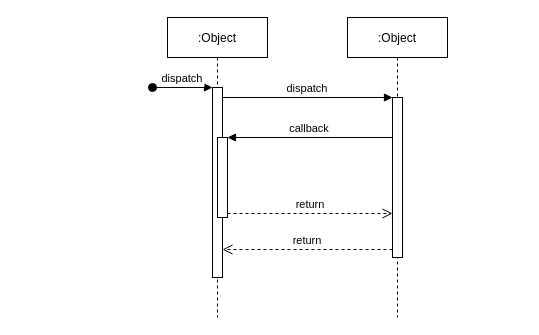
This is 未命名绘图.drawio from SteveWongBUAA/diagrams, a draw.io file, before an edit. Source tidied: cells renumbered, new cells numbered last; positions are measured from the earlier drawing's top-left corner, leaving out a move shared by most shapes. Both pictures are drawn from the tidied source at 100%, with x=0, y=0 at pixel (152, 17).
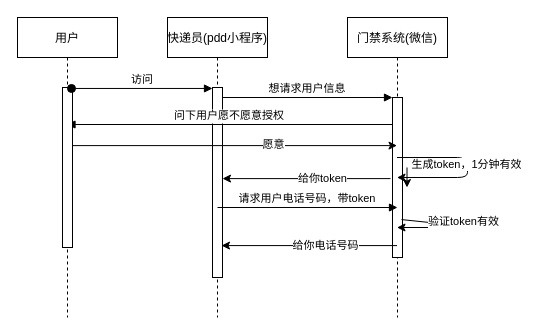
After the change.

The change refers to these unchanged cells:
```xml
<mxCell id="3" style="points=[];perimeter=orthogonalPerimeter;rounded=0;shadow=0;strokeWidth=1;" parent="2" vertex="1">
  <mxGeometry x="45" y="70" width="10" height="190" as="geometry" />
</mxCell>
<mxCell id="7" style="points=[];perimeter=orthogonalPerimeter;rounded=0;shadow=0;strokeWidth=1;" parent="6" vertex="1">
  <mxGeometry x="45" y="80" width="10" height="160" as="geometry" />
</mxCell>
```

The edit, as a diff of the source:
```diff
@@
-    <mxCell id="2" value=":Object" style="shape=umlLifeline;perimeter=lifelinePerimeter;rounded=0;shadow=0;strokeWidth=1;" parent="1" vertex="1">
+    <mxCell id="2" value="快递员(pdd小程序)" style="shape=umlLifeline;perimeter=lifelinePerimeter;rounded=0;shadow=0;strokeWidth=1;" parent="1" vertex="1">
       <mxGeometry x="15" width="100" height="300" as="geometry" />
     </mxCell>
@@
-    <mxCell id="4" value="dispatch" style="verticalAlign=bottom;startArrow=oval;endArrow=block;startSize=8;shadow=0;strokeWidth=1;" parent="2" edge="1" target="3">
-      <mxGeometry relative="1" as="geometry">
-        <mxPoint x="-15" y="70" as="sourcePoint" />
-      </mxGeometry>
-    </mxCell>
-    <mxCell id="5" style="points=[];perimeter=orthogonalPerimeter;rounded=0;shadow=0;strokeWidth=1;" parent="2" vertex="1">
-      <mxGeometry x="50" y="120" width="10" height="80" as="geometry" />
-    </mxCell>
-    <mxCell id="6" value=":Object" style="shape=umlLifeline;perimeter=lifelinePerimeter;rounded=0;shadow=0;strokeWidth=1;" parent="1" vertex="1">
+    <mxCell id="6" value="门禁系统(微信)" style="shape=umlLifeline;perimeter=lifelinePerimeter;rounded=0;shadow=0;strokeWidth=1;" parent="1" vertex="1">
       <mxGeometry x="195" width="100" height="300" as="geometry" />
     </mxCell>
@@
-    <mxCell id="8" value="return" style="verticalAlign=bottom;endArrow=open;dashed=1;endSize=8;exitX=0;exitY=0.95;shadow=0;strokeWidth=1;" parent="1" edge="1" source="7" target="3">
-      <mxGeometry relative="1" as="geometry" />
-    </mxCell>
+    <mxCell id="12" style="endArrow=classic;html=1;exitX=0.9;exitY=0.763;exitDx=0;exitDy=0;exitPerimeter=0;" parent="6" edge="1" source="7" target="6">
+      <mxGeometry relative="1" as="geometry">
+        <Array as="points">
+          <mxPoint x="130" y="210" />
+        </Array>
+      </mxGeometry>
+    </mxCell>
+    <mxCell id="13" value="验证token有效" style="edgeLabel;html=1;align=center;verticalAlign=middle;" parent="12" vertex="1">
+      <mxGeometry x="-0.14" y="-6" relative="1" as="geometry">
+        <mxPoint x="-4.4" y="-11.2" as="offset" />
+      </mxGeometry>
+    </mxCell>
-    <mxCell id="9" value="dispatch" style="verticalAlign=bottom;endArrow=block;entryX=0;entryY=0;shadow=0;strokeWidth=1;" parent="1" edge="1" source="3" target="7">
+    <mxCell id="9" value="想请求用户信息" style="verticalAlign=bottom;endArrow=block;entryX=0;entryY=0;shadow=0;strokeWidth=1;" parent="1" edge="1" source="3" target="7">
       <mxGeometry relative="1" as="geometry" />
     </mxCell>
-    <mxCell id="10" value="callback" style="verticalAlign=bottom;endArrow=block;entryX=1;entryY=0;shadow=0;strokeWidth=1;" parent="1" edge="1" source="7" target="5">
-      <mxGeometry relative="1" as="geometry" />
+    <mxCell id="10" value="问下用户愿不愿意授权" style="verticalAlign=bottom;endArrow=block;shadow=0;strokeWidth=1;" parent="1" edge="1">
+      <mxGeometry relative="1" as="geometry">
+        <mxPoint x="240" y="107" as="sourcePoint" />
+        <mxPoint x="-85.5" y="107" as="targetPoint" />
+      </mxGeometry>
     </mxCell>
-    <mxCell id="11" value="return" style="verticalAlign=bottom;endArrow=open;dashed=1;endSize=8;exitX=1;exitY=0.95;shadow=0;strokeWidth=1;" parent="1" edge="1" source="5" target="7">
-      <mxGeometry relative="1" as="geometry" />
-    </mxCell>
+    <mxCell id="14" value="用户" style="shape=umlLifeline;perimeter=lifelinePerimeter;rounded=0;shadow=0;strokeWidth=1;" parent="1" vertex="1">
+      <mxGeometry x="-135" width="100" height="300" as="geometry" />
+    </mxCell>
+    <mxCell id="15" style="points=[];perimeter=orthogonalPerimeter;rounded=0;shadow=0;strokeWidth=1;" parent="14" vertex="1">
+      <mxGeometry x="45" y="70" width="10" height="160" as="geometry" />
+    </mxCell>
+    <mxCell id="4" value="访问" style="verticalAlign=bottom;startArrow=oval;endArrow=block;startSize=8;shadow=0;strokeWidth=1;exitX=0.9;exitY=0.006;exitDx=0;exitDy=0;exitPerimeter=0;" parent="1" edge="1" source="15" target="3">
+      <mxGeometry relative="1" as="geometry" />
+    </mxCell>
+    <mxCell id="16" style="endArrow=classic;html=1;exitX=1;exitY=0.513;exitDx=0;exitDy=0;exitPerimeter=0;" parent="1" edge="1">
+      <mxGeometry relative="1" as="geometry">
+        <mxPoint x="-80" y="128.1" as="sourcePoint" />
+        <mxPoint x="244.5" y="128.1" as="targetPoint" />
+      </mxGeometry>
+    </mxCell>
+    <mxCell id="17" value="愿意" style="edgeLabel;html=1;align=center;verticalAlign=middle;" parent="16" vertex="1">
+      <mxGeometry x="0.23" y="2" relative="1" as="geometry" />
+    </mxCell>
+    <mxCell id="18" style="endArrow=classic;html=1;entryX=1;entryY=0.632;entryDx=0;entryDy=0;entryPerimeter=0;exitX=-0.2;exitY=0.688;exitDx=0;exitDy=0;exitPerimeter=0;" parent="1" edge="1">
+      <mxGeometry relative="1" as="geometry">
+        <mxPoint x="238" y="161.1" as="sourcePoint" />
+        <mxPoint x="70" y="161.1" as="targetPoint" />
+      </mxGeometry>
+    </mxCell>
+    <mxCell id="19" value="给你token" style="edgeLabel;html=1;align=center;verticalAlign=middle;" parent="18" vertex="1">
+      <mxGeometry x="-0.18" y="-1" relative="1" as="geometry" />
+    </mxCell>
+    <mxCell id="20" style="endArrow=classic;html=1;" parent="1" edge="1" source="6" target="6">
+      <mxGeometry relative="1" as="geometry" />
+    </mxCell>
+    <mxCell id="21" value="生成token，1分钟有效" style="edgeLabel;html=1;align=center;verticalAlign=middle;" parent="20" vertex="1">
+      <mxGeometry x="-0.14" y="-6" relative="1" as="geometry" />
+    </mxCell>
+    <mxCell id="22" value="请求用户电话号码，带token" style="verticalAlign=bottom;endArrow=block;entryX=0;entryY=0;shadow=0;strokeWidth=1;" parent="1" edge="1">
+      <mxGeometry relative="1" as="geometry">
+        <mxPoint x="65" y="190" as="sourcePoint" />
+        <mxPoint x="245" y="190" as="targetPoint" />
+      </mxGeometry>
+    </mxCell>
+    <mxCell id="23" style="endArrow=classic;html=1;" parent="1" edge="1">
+      <mxGeometry relative="1" as="geometry">
+        <mxPoint x="254.5" y="150" as="sourcePoint" />
+        <mxPoint x="254.5" y="170" as="targetPoint" />
+      </mxGeometry>
+    </mxCell>
+    <mxCell id="24" style="endArrow=classic;html=1;entryX=0.9;entryY=0.832;entryDx=0;entryDy=0;entryPerimeter=0;" parent="1" edge="1" source="6" target="3">
+      <mxGeometry relative="1" as="geometry" />
+    </mxCell>
+    <mxCell id="25" value="给你电话号码" style="edgeLabel;html=1;align=center;verticalAlign=middle;" parent="24" vertex="1">
+      <mxGeometry x="-0.18" y="-1" relative="1" as="geometry" />
+    </mxCell>
```
